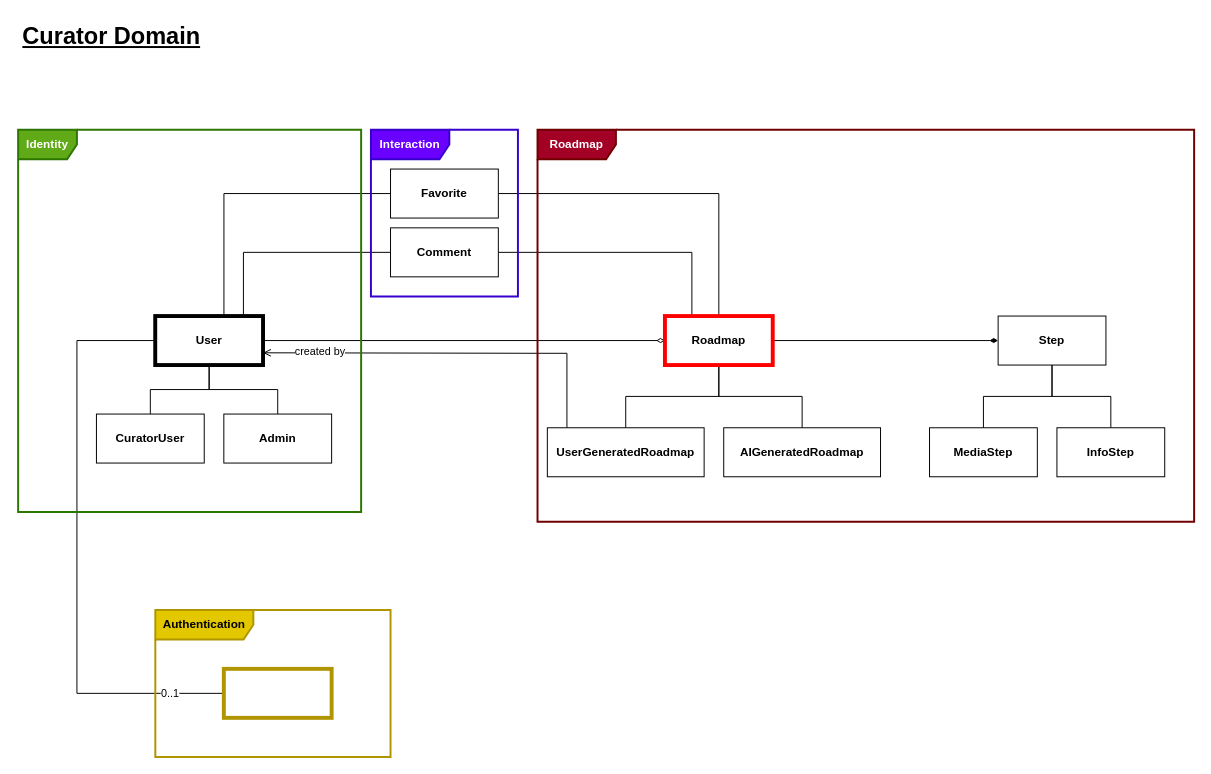
Above: docs/diagrams/Domain.drawio in thiagofons/curator (draw.io), before the change. Source tidied: cells renumbered, new cells numbered last; positions are measured from the earlier drawing's top-left corner, leaving out a move shared by most shapes. Both pictures are drawn from the tidied source at 98%, with x=0, y=0 at pixel (18, 17).
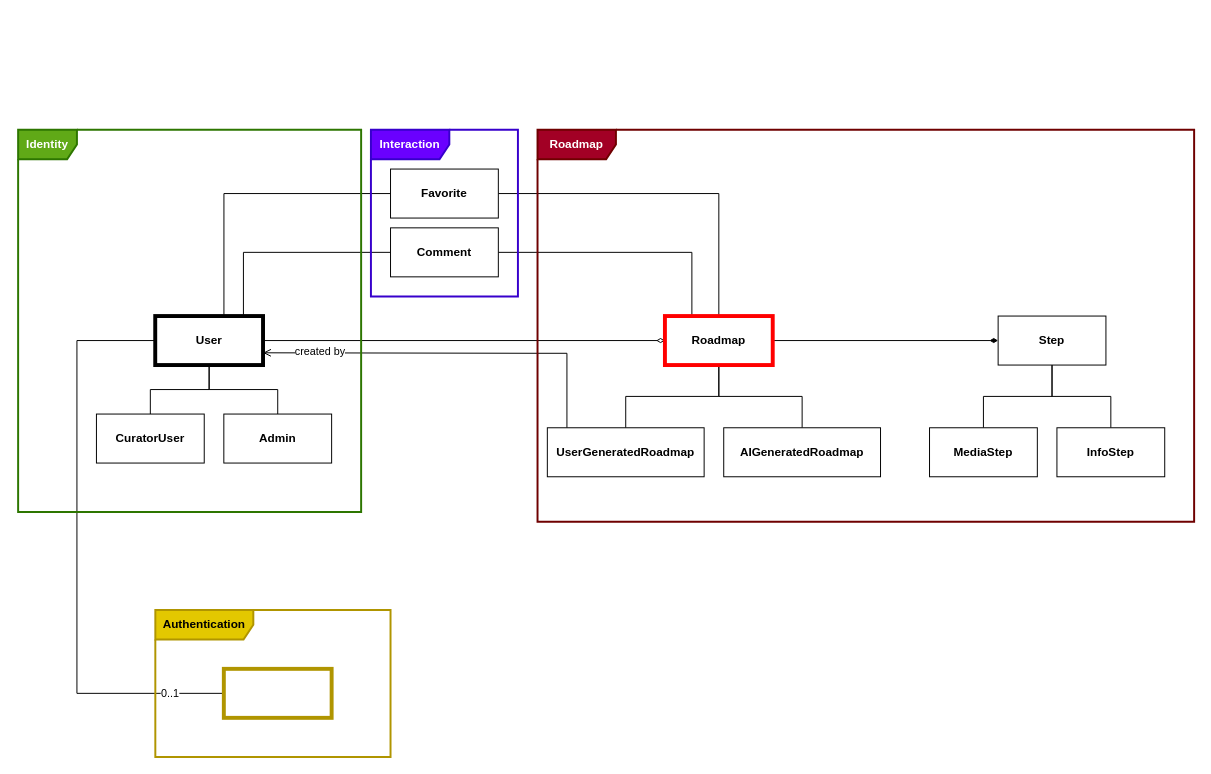
After the change.

Commit message (it also covers changes not shown here):
feat(frontend/docs): :sparkles: sample page with a diagram renders correctly

Change to the diagram source:
```diff
@@
-    <mxCell id="2" value="Curator Domain" style="text;html=1;align=center;verticalAlign=middle;strokeColor=none;fillColor=none;fontSize=24;fontStyle=5;" parent="1" vertex="1">
-      <mxGeometry width="190" height="40" as="geometry" />
-    </mxCell>
```
